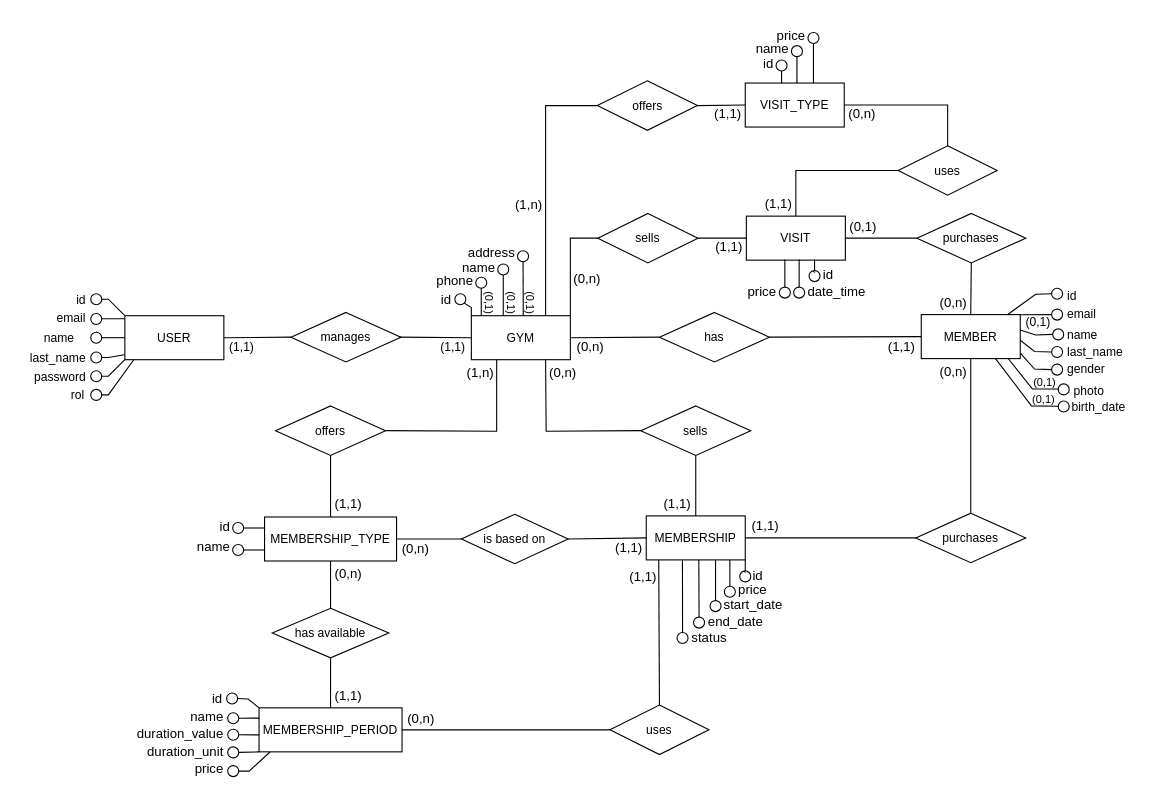
This is docs/conceptual-design.drawio from hdz-kevin/Trainly, a draw.io file, before an edit. Source tidied: cells renumbered, new cells numbered last; positions are measured from the earlier drawing's top-left corner, leaving out a move shared by most shapes. Both pictures are drawn from the tidied source at 110%, with x=0, y=0 at pixel (19, 19).
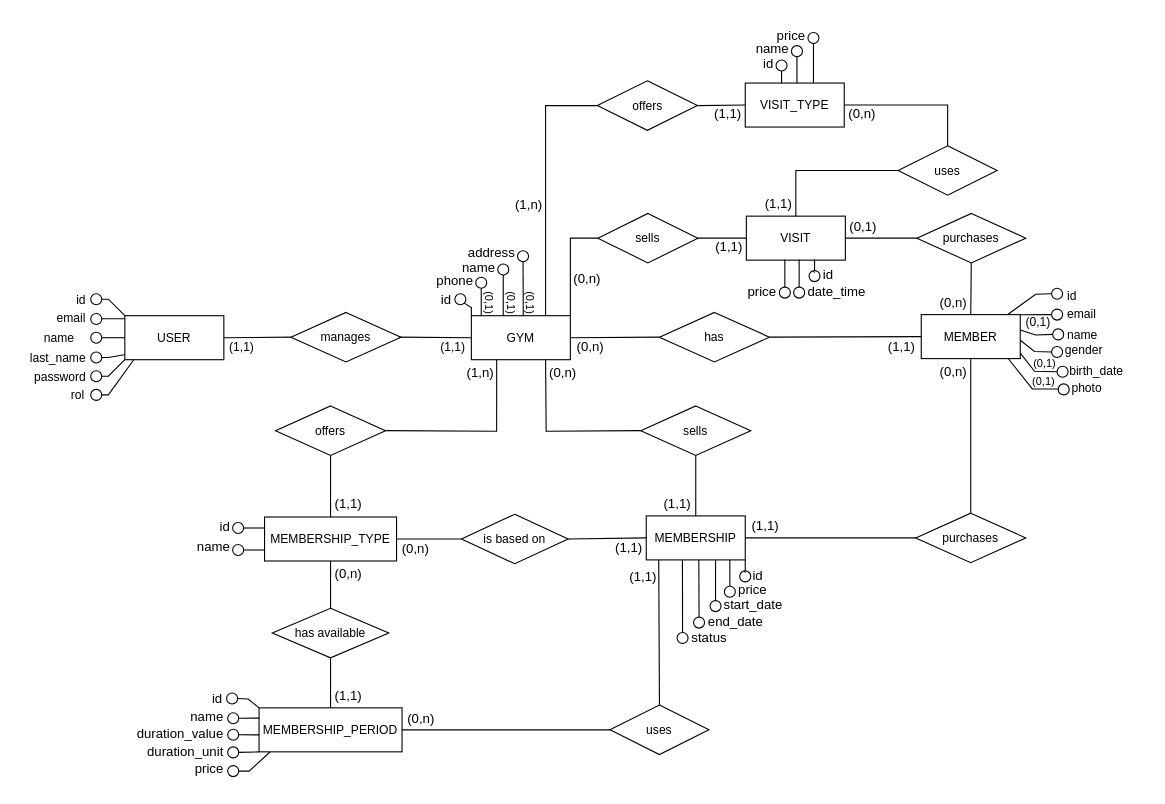
After the change.

Commit message (it also covers changes not shown here):
update db member entity

The change refers to these unchanged cells:
```xml
<mxCell id="45" value="&lt;font&gt;MEMBER&lt;/font&gt;" style="rounded=0;whiteSpace=wrap;html=1;fillColor=none;fontSize=11;" parent="1" vertex="1">
  <mxGeometry x="820" y="268.5" width="90" height="40" as="geometry" />
</mxCell>
```

Diff of the diagram source:
```diff
@@
-    <mxCell id="57" value="last_name" style="text;html=1;align=left;verticalAlign=middle;strokeColor=none;fillColor=none;fontSize=11;" parent="1" vertex="1">
-      <mxGeometry x="951" y="287.5" width="70" height="30" as="geometry" />
-    </mxCell>
     <mxCell id="58" style="endArrow=none;html=1;rounded=0;entryX=1.001;entryY=0.877;entryDx=0;entryDy=0;exitX=0;exitY=0.5;exitDx=0;exitDy=0;fontSize=11;entryPerimeter=0;" parent="1" edge="1" source="59" target="45">
       <mxGeometry relative="1" as="geometry">
         <Array as="points">
-          <mxPoint x="923" y="318" />
+          <mxPoint x="923" y="320" />
         </Array>
       </mxGeometry>
     </mxCell>
     <mxCell id="59" style="ellipse;whiteSpace=wrap;html=1;fillColor=none;fontSize=11;" parent="1" vertex="1">
-      <mxGeometry x="938.5" y="313.5" width="10" height="10" as="geometry" />
+      <mxGeometry x="943.5" y="315.5" width="10" height="10" as="geometry" />
     </mxCell>
     <mxCell id="60" value="gender" style="text;html=1;align=left;verticalAlign=middle;strokeColor=none;fillColor=none;fontSize=11;" parent="1" vertex="1">
-      <mxGeometry x="950.5" y="302.5" width="60" height="30" as="geometry" />
+      <mxGeometry x="948.5" y="285.5" width="60" height="30" as="geometry" />
     </mxCell>
@@
     <mxCell id="63" value="photo" style="text;html=1;align=left;verticalAlign=middle;strokeColor=none;fillColor=none;fontSize=11;" parent="1" vertex="1">
-      <mxGeometry x="956.5" y="325.5" width="46" height="25" as="geometry" />
+      <mxGeometry x="955" y="322.5" width="46" height="25" as="geometry" />
     </mxCell>
     <mxCell id="64" value="(0,1)" style="text;html=1;align=center;verticalAlign=middle;strokeColor=none;fillColor=none;fontSize=10;" parent="1" vertex="1">
-      <mxGeometry x="912" y="317.5" width="39" height="24" as="geometry" />
+      <mxGeometry x="911.5" y="316.5" width="39" height="24" as="geometry" />
     </mxCell>
@@
-    <mxCell id="175" style="endArrow=none;html=1;rounded=0;entryX=0.75;entryY=1;entryDx=0;entryDy=0;exitX=0;exitY=0.479;exitDx=0;exitDy=0;fontSize=11;exitPerimeter=0;" parent="1" edge="1" source="178" target="45">
-      <mxGeometry relative="1" as="geometry">
-        <Array as="points">
-          <mxPoint x="920.2" y="351.5" />
-        </Array>
-      </mxGeometry>
-    </mxCell>
     <mxCell id="176" value="birth_date" style="text;html=1;align=left;verticalAlign=middle;strokeColor=none;fillColor=none;fontSize=11;" parent="1" vertex="1">
-      <mxGeometry x="954.8" y="338" width="70" height="30" as="geometry" />
+      <mxGeometry x="953" y="304.5" width="70" height="30" as="geometry" />
     </mxCell>
     <mxCell id="177" value="(0,1)" style="text;html=1;align=center;verticalAlign=middle;strokeColor=none;fillColor=none;fontSize=10;" parent="1" vertex="1">
-      <mxGeometry x="911.5" y="333" width="39" height="24" as="geometry" />
+      <mxGeometry x="912" y="300.5" width="39" height="24" as="geometry" />
     </mxCell>
-    <mxCell id="178" style="ellipse;whiteSpace=wrap;html=1;fillColor=none;fontSize=11;" parent="1" vertex="1">
-      <mxGeometry x="944.5" y="347" width="10" height="10" as="geometry" />
-    </mxCell>
```
